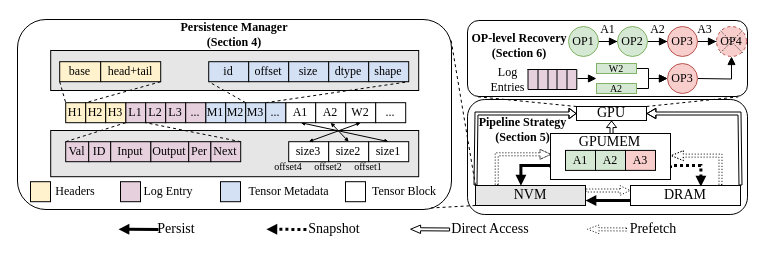
This is fig/system_design_new.drawio from icszhr/NCheck, a draw.io file, before an edit. Source tidied: cells renumbered, new cells numbered last; positions are measured from the earlier drawing's top-left corner, leaving out a move shared by most shapes. Both pictures are drawn from the tidied source at 100%, with x=0, y=0 at pixel (17, 19).
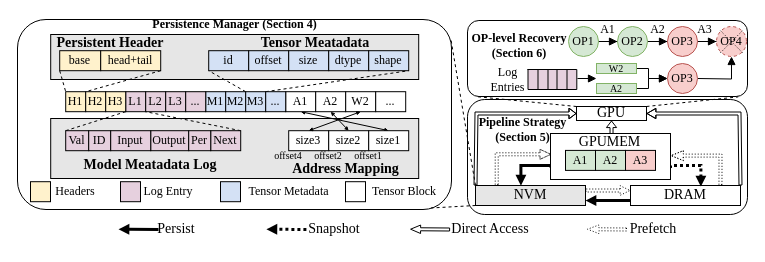
The same page after the edit.

The edit, as a diff of the source:
```diff
@@
-    <mxCell id="25" value="&lt;font&gt;&lt;b&gt;Persistence Manager&lt;/b&gt;&lt;/font&gt;&lt;div&gt;&lt;font&gt;&lt;b&gt;(Section 4)&lt;/b&gt;&lt;/font&gt;&lt;/div&gt;" style="text;html=1;align=center;verticalAlign=middle;whiteSpace=wrap;rounded=0;fontFamily=Times New Roman;" parent="1" vertex="1">
-      <mxGeometry x="137" width="160" height="30" as="geometry" />
+    <mxCell id="25" value="&lt;font&gt;&lt;b&gt;Persistence Manager&amp;nbsp;&lt;/b&gt;&lt;/font&gt;&lt;b style=&quot;background-color: initial;&quot;&gt;(Section 4)&lt;/b&gt;" style="text;html=1;align=center;verticalAlign=middle;whiteSpace=wrap;rounded=0;fontFamily=Times New Roman;" parent="1" vertex="1">
+      <mxGeometry x="120.5" width="193" height="10" as="geometry" />
     </mxCell>
@@
     <mxCell id="54" style="rounded=0;whiteSpace=wrap;html=1;fillColor=#E6E6E6;fontFamily=Times New Roman;" parent="1" vertex="1">
-      <mxGeometry x="33.2" y="31" width="368" height="40" as="geometry" />
+      <mxGeometry x="33.2" y="15" width="368" height="45" as="geometry" />
     </mxCell>
     <mxCell id="55" style="rounded=0;whiteSpace=wrap;html=1;fillColor=#E6E6E6;fontFamily=Times New Roman;" parent="1" vertex="1">
-      <mxGeometry x="33.2" y="111" width="368" height="46.2" as="geometry" />
+      <mxGeometry x="33.2" y="99" width="368" height="60" as="geometry" />
     </mxCell>
@@
     <mxCell id="58" value="A1" style="whiteSpace=wrap;html=1;fillColor=#FFFFFF;fontFamily=Times New Roman;" parent="1" vertex="1">
-      <mxGeometry x="268.2" y="83.2" width="30" height="20" as="geometry" />
+      <mxGeometry x="268.2" y="72.2" width="30" height="20" as="geometry" />
     </mxCell>
@@
     <mxCell id="60" value="A2" style="whiteSpace=wrap;html=1;fillColor=#FFFFFF;fontFamily=Times New Roman;" parent="1" vertex="1">
-      <mxGeometry x="298.2" y="83.2" width="30" height="20" as="geometry" />
+      <mxGeometry x="298.2" y="72.2" width="30" height="20" as="geometry" />
     </mxCell>
     <mxCell id="61" value="W2" style="whiteSpace=wrap;html=1;fillColor=#FFFFFF;fontFamily=Times New Roman;" parent="1" vertex="1">
-      <mxGeometry x="328.2" y="83.2" width="30" height="20" as="geometry" />
+      <mxGeometry x="328.2" y="72.2" width="30" height="20" as="geometry" />
     </mxCell>
     <mxCell id="62" value="M1" style="rounded=0;whiteSpace=wrap;html=1;fillColor=#D4E1F5;fontFamily=Times New Roman;" parent="1" vertex="1">
-      <mxGeometry x="188.2" y="83.2" width="20" height="20" as="geometry" />
+      <mxGeometry x="188.2" y="72.2" width="20" height="20" as="geometry" />
     </mxCell>
     <mxCell id="63" value="M2" style="rounded=0;whiteSpace=wrap;html=1;fillColor=#D4E1F5;fontFamily=Times New Roman;" parent="1" vertex="1">
-      <mxGeometry x="208.2" y="83.2" width="20" height="20" as="geometry" />
+      <mxGeometry x="208.2" y="72.2" width="20" height="20" as="geometry" />
     </mxCell>
     <mxCell id="64" value="M3" style="rounded=0;whiteSpace=wrap;html=1;fillColor=#D4E1F5;fontFamily=Times New Roman;" parent="1" vertex="1">
-      <mxGeometry x="228.2" y="83.2" width="20" height="20" as="geometry" />
+      <mxGeometry x="228.2" y="72.2" width="20" height="20" as="geometry" />
     </mxCell>
     <mxCell id="65" value="L1" style="rounded=0;whiteSpace=wrap;html=1;fillColor=#E6D0DE;fontFamily=Times New Roman;" parent="1" vertex="1">
-      <mxGeometry x="108.2" y="83.2" width="20" height="20" as="geometry" />
+      <mxGeometry x="108.2" y="72.2" width="20" height="20" as="geometry" />
     </mxCell>
     <mxCell id="66" value="L2" style="rounded=0;whiteSpace=wrap;html=1;fillColor=#E6D0DE;fontFamily=Times New Roman;" parent="1" vertex="1">
-      <mxGeometry x="128.2" y="83.2" width="20" height="20" as="geometry" />
+      <mxGeometry x="128.2" y="72.2" width="20" height="20" as="geometry" />
     </mxCell>
     <mxCell id="67" value="L3" style="rounded=0;whiteSpace=wrap;html=1;fillColor=#E6D0DE;fontFamily=Times New Roman;" parent="1" vertex="1">
-      <mxGeometry x="148.2" y="83.2" width="20" height="20" as="geometry" />
+      <mxGeometry x="148.2" y="72.2" width="20" height="20" as="geometry" />
     </mxCell>
@@
     <mxCell id="70" value="..." style="rounded=0;whiteSpace=wrap;html=1;fillColor=#E6D0DE;fontFamily=Times New Roman;" parent="1" vertex="1">
-      <mxGeometry x="168.2" y="83.2" width="20" height="20" as="geometry" />
+      <mxGeometry x="168.2" y="72.2" width="20" height="20" as="geometry" />
     </mxCell>
     <mxCell id="71" value="id" style="rounded=0;whiteSpace=wrap;html=1;fillColor=#D4E1F5;fontFamily=Times New Roman;" parent="1" vertex="1">
-      <mxGeometry x="191.2" y="42.2" width="40" height="20" as="geometry" />
+      <mxGeometry x="191.2" y="31.2" width="40" height="20" as="geometry" />
     </mxCell>
     <mxCell id="72" value="offset" style="rounded=0;whiteSpace=wrap;html=1;fillColor=#D4E1F5;fontFamily=Times New Roman;" parent="1" vertex="1">
-      <mxGeometry x="231.2" y="42.2" width="40" height="20" as="geometry" />
+      <mxGeometry x="231.2" y="31.2" width="40" height="20" as="geometry" />
     </mxCell>
     <mxCell id="73" value="size" style="rounded=0;whiteSpace=wrap;html=1;fillColor=#D4E1F5;fontFamily=Times New Roman;" parent="1" vertex="1">
-      <mxGeometry x="271.2" y="42.2" width="40" height="20" as="geometry" />
+      <mxGeometry x="271.2" y="31.2" width="40" height="20" as="geometry" />
     </mxCell>
     <mxCell id="74" value="dtype" style="rounded=0;whiteSpace=wrap;html=1;fillColor=#D4E1F5;fontFamily=Times New Roman;" parent="1" vertex="1">
-      <mxGeometry x="311.2" y="42.2" width="40" height="20" as="geometry" />
+      <mxGeometry x="311.2" y="31.2" width="40" height="20" as="geometry" />
     </mxCell>
     <mxCell id="75" value="shape" style="rounded=0;whiteSpace=wrap;html=1;fillColor=#D4E1F5;fontFamily=Times New Roman;" parent="1" vertex="1">
-      <mxGeometry x="351.2" y="42.2" width="40" height="20" as="geometry" />
+      <mxGeometry x="351.2" y="31.2" width="40" height="20" as="geometry" />
     </mxCell>
     <mxCell id="76" value="Val" style="rounded=0;whiteSpace=wrap;html=1;fillColor=#E6D0DE;fontFamily=Times New Roman;" parent="1" vertex="1">
-      <mxGeometry x="48.2" y="122.2" width="23" height="20" as="geometry" />
+      <mxGeometry x="48.2" y="111.2" width="23" height="20" as="geometry" />
     </mxCell>
     <mxCell id="77" value="ID" style="rounded=0;whiteSpace=wrap;html=1;fillColor=#E6D0DE;fontFamily=Times New Roman;" parent="1" vertex="1">
-      <mxGeometry x="71.2" y="122.2" width="22" height="20" as="geometry" />
+      <mxGeometry x="71.2" y="111.2" width="22" height="20" as="geometry" />
     </mxCell>
     <mxCell id="78" value="Output" style="rounded=0;whiteSpace=wrap;html=1;fillColor=#E6D0DE;fontFamily=Times New Roman;" parent="1" vertex="1">
-      <mxGeometry x="133.2" y="122.2" width="38" height="20" as="geometry" />
+      <mxGeometry x="133.2" y="111.2" width="38" height="20" as="geometry" />
     </mxCell>
     <mxCell id="79" value="Input" style="rounded=0;whiteSpace=wrap;html=1;fillColor=#E6D0DE;fontFamily=Times New Roman;" parent="1" vertex="1">
-      <mxGeometry x="93.2" y="122.2" width="40" height="20" as="geometry" />
+      <mxGeometry x="93.2" y="111.2" width="40" height="20" as="geometry" />
     </mxCell>
@@
     <mxCell id="81" value="size3" style="rounded=0;whiteSpace=wrap;html=1;fillColor=#FFFFFF;fontFamily=Times New Roman;" parent="1" vertex="1">
-      <mxGeometry x="271.2" y="122.2" width="40" height="20" as="geometry" />
+      <mxGeometry x="271.2" y="111.2" width="40" height="20" as="geometry" />
     </mxCell>
     <mxCell id="82" value="size2" style="rounded=0;whiteSpace=wrap;html=1;fillColor=#FFFFFF;fontFamily=Times New Roman;" parent="1" vertex="1">
-      <mxGeometry x="311.2" y="122.2" width="40" height="20" as="geometry" />
+      <mxGeometry x="311.2" y="111.2" width="40" height="20" as="geometry" />
     </mxCell>
     <mxCell id="83" value="size1" style="rounded=0;whiteSpace=wrap;html=1;fillColor=#FFFFFF;fontFamily=Times New Roman;" parent="1" vertex="1">
-      <mxGeometry x="351.2" y="122.2" width="40" height="20" as="geometry" />
+      <mxGeometry x="351.2" y="111.2" width="40" height="20" as="geometry" />
     </mxCell>
     <mxCell id="84" value="&lt;font style=&quot;font-size: 10px;&quot;&gt;offset4&lt;/font&gt;" style="text;html=1;align=center;verticalAlign=middle;whiteSpace=wrap;rounded=0;fontFamily=Times New Roman;" parent="1" vertex="1">
-      <mxGeometry x="251.2" y="142.2" width="40" height="10" as="geometry" />
+      <mxGeometry x="251.2" y="131.2" width="40" height="10" as="geometry" />
     </mxCell>
     <mxCell id="85" value="&lt;font style=&quot;font-size: 10px;&quot;&gt;offset2&lt;/font&gt;" style="text;html=1;align=center;verticalAlign=middle;whiteSpace=wrap;rounded=0;fontFamily=Times New Roman;" parent="1" vertex="1">
-      <mxGeometry x="291.2" y="142.2" width="40" height="10" as="geometry" />
+      <mxGeometry x="291.2" y="131.2" width="40" height="10" as="geometry" />
     </mxCell>
     <mxCell id="86" value="&lt;font style=&quot;font-size: 10px;&quot;&gt;offset1&lt;/font&gt;" style="text;html=1;align=center;verticalAlign=middle;whiteSpace=wrap;rounded=0;fontFamily=Times New Roman;" parent="1" vertex="1">
-      <mxGeometry x="331.2" y="142.2" width="40" height="10" as="geometry" />
+      <mxGeometry x="331.2" y="131.2" width="40" height="10" as="geometry" />
     </mxCell>
@@
     <mxCell id="88" value="H1" style="rounded=0;whiteSpace=wrap;html=1;fillColor=#FFF2CC;fontFamily=Times New Roman;" parent="1" vertex="1">
-      <mxGeometry x="48.2" y="83.2" width="20" height="20" as="geometry" />
+      <mxGeometry x="48.2" y="72.2" width="20" height="20" as="geometry" />
     </mxCell>
@@
     <mxCell id="90" value="base" style="rounded=0;whiteSpace=wrap;html=1;fillColor=#FFF2CC;fontFamily=Times New Roman;" parent="1" vertex="1">
-      <mxGeometry x="42.2" y="42.2" width="41" height="20" as="geometry" />
+      <mxGeometry x="42.2" y="31.2" width="41" height="20" as="geometry" />
     </mxCell>
     <mxCell id="91" value="..." style="rounded=0;whiteSpace=wrap;html=1;fillColor=#D4E1F5;fontFamily=Times New Roman;" parent="1" vertex="1">
-      <mxGeometry x="248.2" y="83.2" width="20" height="20" as="geometry" />
+      <mxGeometry x="248.2" y="72.2" width="20" height="20" as="geometry" />
     </mxCell>
     <mxCell id="92" value="..." style="whiteSpace=wrap;html=1;fillColor=#FFFFFF;fontFamily=Times New Roman;" parent="1" vertex="1">
-      <mxGeometry x="358.2" y="83.2" width="30" height="20" as="geometry" />
+      <mxGeometry x="358.2" y="72.2" width="30" height="20" as="geometry" />
     </mxCell>
@@
     <mxCell id="94" value="H2" style="rounded=0;whiteSpace=wrap;html=1;fillColor=#FFF2CC;fontFamily=Times New Roman;" parent="1" vertex="1">
-      <mxGeometry x="68.2" y="83.2" width="20" height="20" as="geometry" />
+      <mxGeometry x="68.2" y="72.2" width="20" height="20" as="geometry" />
     </mxCell>
     <mxCell id="95" value="H3" style="rounded=0;whiteSpace=wrap;html=1;fillColor=#FFF2CC;fontFamily=Times New Roman;" parent="1" vertex="1">
-      <mxGeometry x="88.2" y="83.2" width="20" height="20" as="geometry" />
+      <mxGeometry x="88.2" y="72.2" width="20" height="20" as="geometry" />
     </mxCell>
@@
     <mxCell id="104" value="Next" style="rounded=0;whiteSpace=wrap;html=1;fillColor=#E6D0DE;fontFamily=Times New Roman;" parent="1" vertex="1">
-      <mxGeometry x="193.2" y="122.2" width="30" height="20" as="geometry" />
+      <mxGeometry x="193.2" y="111.2" width="30" height="20" as="geometry" />
     </mxCell>
     <mxCell id="105" value="Per" style="rounded=0;whiteSpace=wrap;html=1;fillColor=#E6D0DE;fontFamily=Times New Roman;" parent="1" vertex="1">
-      <mxGeometry x="171.2" y="122.2" width="22" height="20" as="geometry" />
+      <mxGeometry x="171.2" y="111.2" width="22" height="20" as="geometry" />
     </mxCell>
     <mxCell id="106" value="head+tail" style="rounded=0;whiteSpace=wrap;html=1;fillColor=#FFF2CC;fontFamily=Times New Roman;" parent="1" vertex="1">
-      <mxGeometry x="83.2" y="42.2" width="60" height="20" as="geometry" />
+      <mxGeometry x="83.2" y="31.2" width="60" height="20" as="geometry" />
     </mxCell>
@@
+    <mxCell id="118" value="&lt;font style=&quot;font-size: 14px;&quot;&gt;&lt;b&gt;Address Mapping&lt;/b&gt;&lt;/font&gt;" style="text;html=1;align=center;verticalAlign=middle;whiteSpace=wrap;rounded=0;fontFamily=Times New Roman;" parent="1" vertex="1">
+      <mxGeometry x="269" y="145.2" width="118.8" height="10" as="geometry" />
+    </mxCell>
+    <mxCell id="119" value="&lt;span style=&quot;font-size: 14px;&quot;&gt;&lt;b&gt;Model Meatadata Log&lt;/b&gt;&lt;/span&gt;" style="text;html=1;align=center;verticalAlign=middle;whiteSpace=wrap;rounded=0;fontFamily=Times New Roman;" parent="1" vertex="1">
+      <mxGeometry x="64" y="141.2" width="137.6" height="10" as="geometry" />
+    </mxCell>
+    <mxCell id="120" value="&lt;span style=&quot;font-size: 14px;&quot;&gt;&lt;b&gt;Tensor Meatadata&lt;/b&gt;&lt;/span&gt;" style="text;html=1;align=center;verticalAlign=middle;whiteSpace=wrap;rounded=0;fontFamily=Times New Roman;" parent="1" vertex="1">
+      <mxGeometry x="229.2" y="19" width="137.6" height="10" as="geometry" />
+    </mxCell>
+    <mxCell id="121" value="&lt;span style=&quot;font-size: 14px;&quot;&gt;&lt;b&gt;Persistent Header&lt;/b&gt;&lt;/span&gt;" style="text;html=1;align=center;verticalAlign=middle;whiteSpace=wrap;rounded=0;fontFamily=Times New Roman;" parent="1" vertex="1">
+      <mxGeometry x="24" y="19" width="137.6" height="10" as="geometry" />
+    </mxCell>
```
